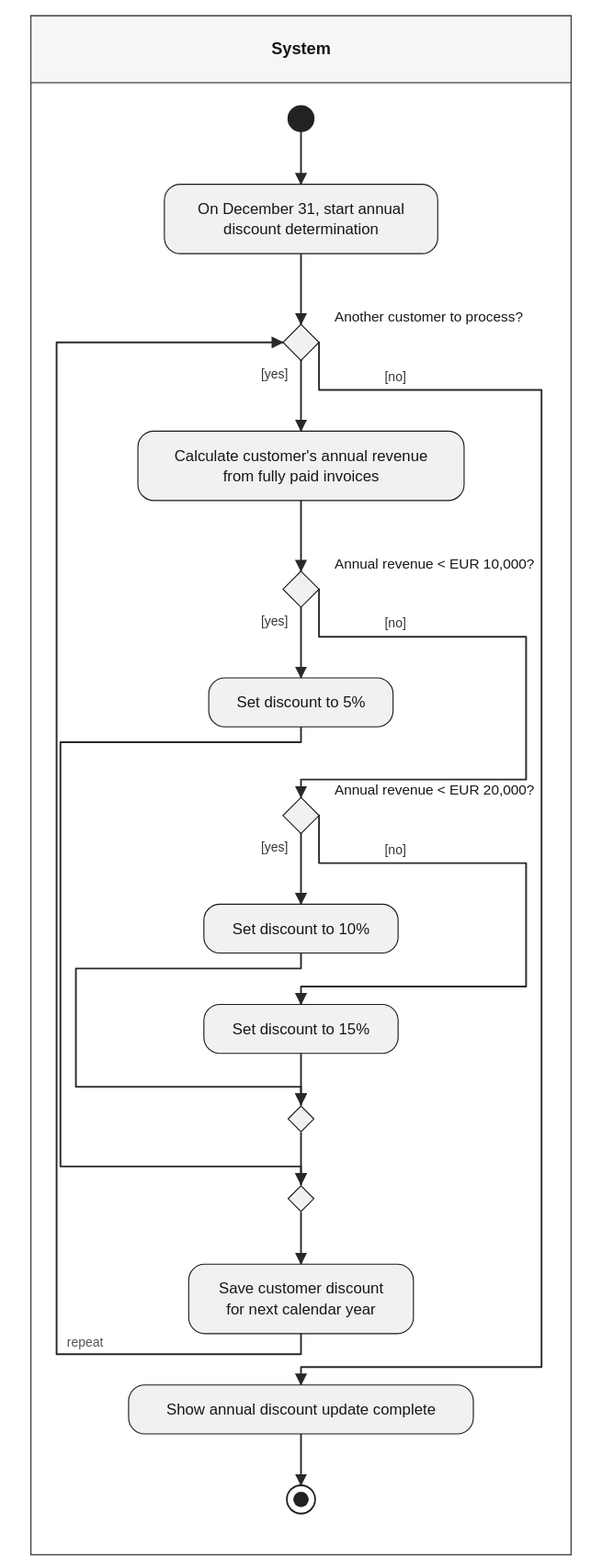
Earlier version of the PlantUML export Documentation/Architecture/uml/export/activity_diagrams/AD28_Update_annual_customer_discount.svg (ViktorQorri/Project-Timaflu). Its source is kept beside it as Documentation/Architecture/uml/src/activity_diagrams/AD28_Update_annual_customer_discount.puml. The source it was exported from:
```plantuml
@startuml
skinparam conditionStyle diamond
skinparam ConditionEndStyle diamond
skinparam ActivityDiamondFontSize 11

|System|
start
:On December 31, start annual\ndiscount determination;
while (Another customer to process?) is ([yes])
  :Calculate customer's annual revenue\nfrom fully paid invoices;
  if (Annual revenue < EUR 10,000?) then ([yes])
    :Set discount to 5%;
  else ([no])
    if (Annual revenue < EUR 20,000?) then ([yes])
      :Set discount to 10%;
    else ([no])
      :Set discount to 15%;
    endif
  endif
  :Save customer discount\nfor next calendar year;
endwhile ([no])
:Show annual discount update complete;
stop
@enduml
```
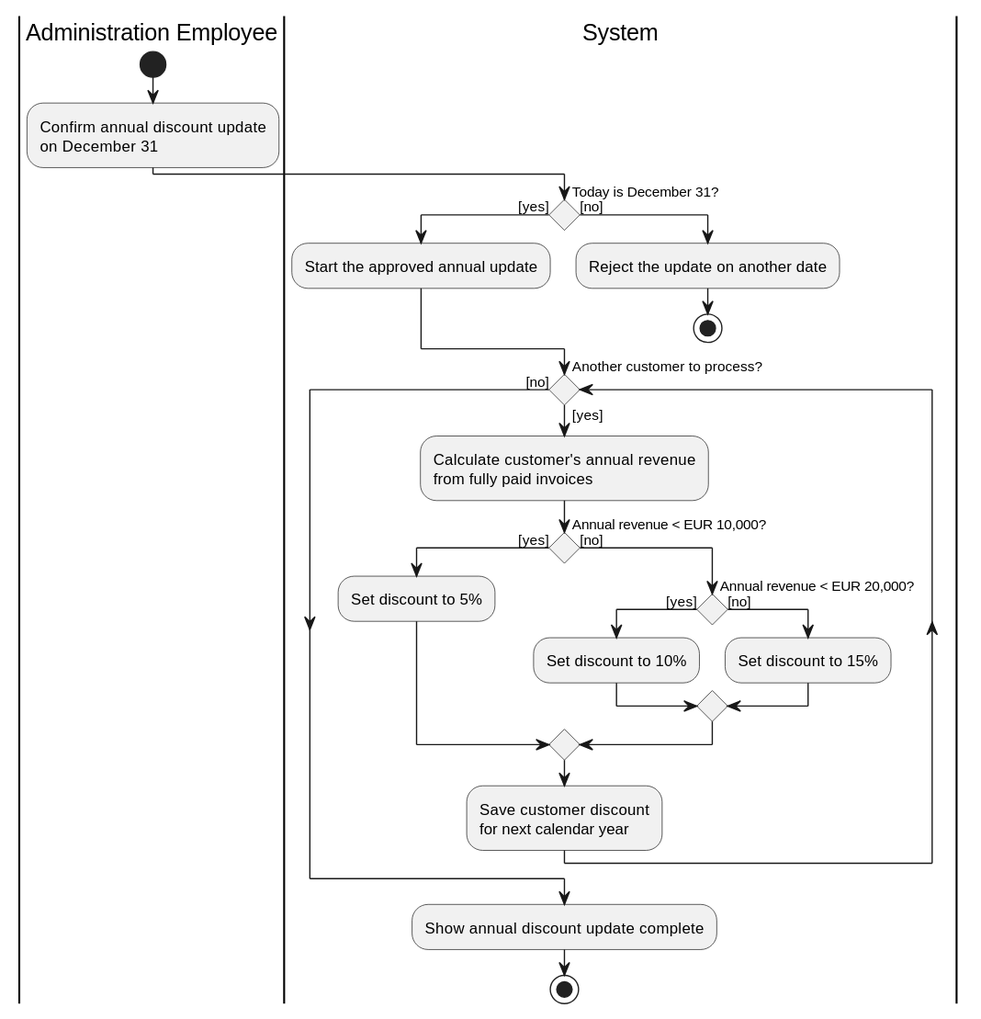
The same file after the commit.

The edit, as a diff of the source:
```diff
@@ -3,9 +3,16 @@
 skinparam ConditionEndStyle diamond
 skinparam ActivityDiamondFontSize 11
 
+|Administration Employee|
+start
+:Confirm annual discount update\non December 31;
 |System|
-start
-:On December 31, start annual\ndiscount determination;
+if (Today is December 31?) then ([yes])
+  :Start the approved annual update;
+else ([no])
+  :Reject the update on another date;
+  stop
+endif
 while (Another customer to process?) is ([yes])
   :Calculate customer's annual revenue\nfrom fully paid invoices;
   if (Annual revenue < EUR 10,000?) then ([yes])
```
